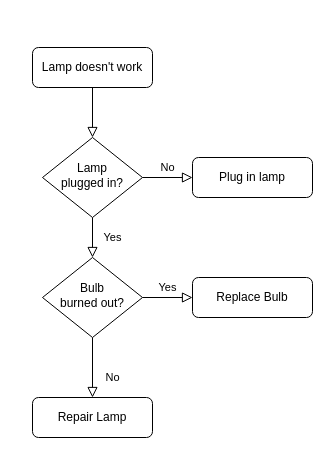
This is selectingquestions.drawio from mingyuzhao/Diagrams, a draw.io file, before an edit. Source tidied: cells renumbered, new cells numbered last; positions are measured from the earlier drawing's top-left corner, leaving out a move shared by most shapes. Both pictures are drawn from the tidied source at 100%, with x=0, y=0 at pixel (32, 47).
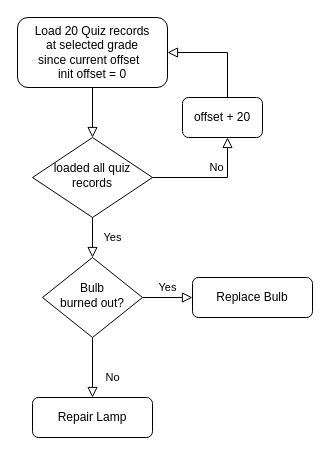
The same page after the edit.

Change to the diagram source:
```diff
@@
 <mxGraphModel>
   <root>
     <mxCell id="0" />
     <mxCell id="1" parent="0" />
     <mxCell id="2" style="rounded=0;html=1;jettySize=auto;fontSize=11;endArrow=block;endFill=0;endSize=8;strokeWidth=1;shadow=0;labelBackgroundColor=none;edgeStyle=orthogonalEdgeStyle;" parent="1" edge="1" source="3" target="6">
       <mxGeometry relative="1" as="geometry" />
     </mxCell>
-    <mxCell id="3" value="Lamp doesn't work" style="rounded=1;whiteSpace=wrap;html=1;fontSize=12;glass=0;strokeWidth=1;shadow=0;" parent="1" vertex="1">
-      <mxGeometry width="120" height="40" as="geometry" />
+    <mxCell id="3" value="Load 20 Quiz records &lt;br&gt;at selected grade&lt;br&gt;since current offset&amp;nbsp;&amp;nbsp;&lt;br&gt;init offset = 0" style="rounded=1;whiteSpace=wrap;html=1;fontSize=12;glass=0;strokeWidth=1;shadow=0;" parent="1" vertex="1">
+      <mxGeometry x="-15" y="-30" width="150" height="70" as="geometry" />
     </mxCell>
     <mxCell id="4" value="Yes" style="rounded=0;html=1;jettySize=auto;fontSize=11;endArrow=block;endFill=0;endSize=8;strokeWidth=1;shadow=0;labelBackgroundColor=none;edgeStyle=orthogonalEdgeStyle;" parent="1" edge="1" source="6" target="10">
       <mxGeometry y="20" relative="1" as="geometry" />
     </mxCell>
-    <mxCell id="5" value="No" style="edgeStyle=orthogonalEdgeStyle;rounded=0;html=1;jettySize=auto;fontSize=11;endArrow=block;endFill=0;endSize=8;strokeWidth=1;shadow=0;labelBackgroundColor=none;" parent="1" edge="1" source="6" target="7">
-      <mxGeometry y="10" relative="1" as="geometry" />
+    <mxCell id="5" value="No" style="edgeStyle=orthogonalEdgeStyle;rounded=0;html=1;jettySize=auto;fontSize=11;endArrow=block;endFill=0;endSize=8;strokeWidth=1;shadow=0;labelBackgroundColor=none;" parent="1" edge="1" source="6">
+      <mxGeometry x="0.11" y="10" relative="1" as="geometry">
+        <mxPoint x="195" y="90" as="targetPoint" />
+        <Array as="points">
+          <mxPoint x="195" y="130" />
+        </Array>
+      </mxGeometry>
     </mxCell>
-    <mxCell id="6" value="Lamp&lt;br&gt;plugged in?" style="rhombus;whiteSpace=wrap;html=1;shadow=0;fontFamily=Helvetica;fontSize=12;align=center;strokeWidth=1;spacing=6;spacingTop=-4;" parent="1" vertex="1">
-      <mxGeometry x="10" y="90" width="100" height="80" as="geometry" />
+    <mxCell id="6" value="loaded all quiz records" style="rhombus;whiteSpace=wrap;html=1;shadow=0;fontFamily=Helvetica;fontSize=12;align=center;strokeWidth=1;spacing=6;spacingTop=-4;" parent="1" vertex="1">
+      <mxGeometry y="90" width="120" height="80" as="geometry" />
     </mxCell>
-    <mxCell id="7" value="Plug in lamp" style="rounded=1;whiteSpace=wrap;html=1;fontSize=12;glass=0;strokeWidth=1;shadow=0;" parent="1" vertex="1">
-      <mxGeometry x="160" y="110" width="120" height="40" as="geometry" />
-    </mxCell>
     <mxCell id="8" value="No" style="rounded=0;html=1;jettySize=auto;fontSize=11;endArrow=block;endFill=0;endSize=8;strokeWidth=1;shadow=0;labelBackgroundColor=none;edgeStyle=orthogonalEdgeStyle;" parent="1" edge="1" source="10" target="11">
       <mxGeometry x="0.33" y="20" relative="1" as="geometry" />
     </mxCell>
     <mxCell id="9" value="Yes" style="edgeStyle=orthogonalEdgeStyle;rounded=0;html=1;jettySize=auto;fontSize=11;endArrow=block;endFill=0;endSize=8;strokeWidth=1;shadow=0;labelBackgroundColor=none;" parent="1" edge="1" source="10" target="12">
       <mxGeometry y="10" relative="1" as="geometry" />
     </mxCell>
     <mxCell id="10" value="Bulb&lt;br&gt;burned out?" style="rhombus;whiteSpace=wrap;html=1;shadow=0;fontFamily=Helvetica;fontSize=12;align=center;strokeWidth=1;spacing=6;spacingTop=-4;" parent="1" vertex="1">
       <mxGeometry x="10" y="210" width="100" height="80" as="geometry" />
     </mxCell>
     <mxCell id="11" value="Repair Lamp" style="rounded=1;whiteSpace=wrap;html=1;fontSize=12;glass=0;strokeWidth=1;shadow=0;" parent="1" vertex="1">
       <mxGeometry y="350" width="120" height="40" as="geometry" />
     </mxCell>
     <mxCell id="12" value="Replace Bulb" style="rounded=1;whiteSpace=wrap;html=1;fontSize=12;glass=0;strokeWidth=1;shadow=0;" parent="1" vertex="1">
       <mxGeometry x="160" y="230" width="120" height="40" as="geometry" />
     </mxCell>
+    <mxCell id="13" value="offset + 20" style="rounded=1;whiteSpace=wrap;html=1;fontSize=12;glass=0;strokeWidth=1;shadow=0;" parent="1" vertex="1">
+      <mxGeometry x="150" y="50" width="80" height="40" as="geometry" />
+    </mxCell>
+    <mxCell id="14" style="edgeStyle=orthogonalEdgeStyle;rounded=0;html=1;jettySize=auto;fontSize=11;endArrow=block;endFill=0;endSize=8;strokeWidth=1;shadow=0;labelBackgroundColor=none;exitX=0.5;exitY=0;exitDx=0;exitDy=0;" parent="1" edge="1" source="13" target="3">
+      <mxGeometry x="0.55" y="25" relative="1" as="geometry">
+        <Array as="points">
+          <mxPoint x="195" y="5" />
+        </Array>
+      </mxGeometry>
+    </mxCell>
   </root>
 </mxGraphModel>
```
